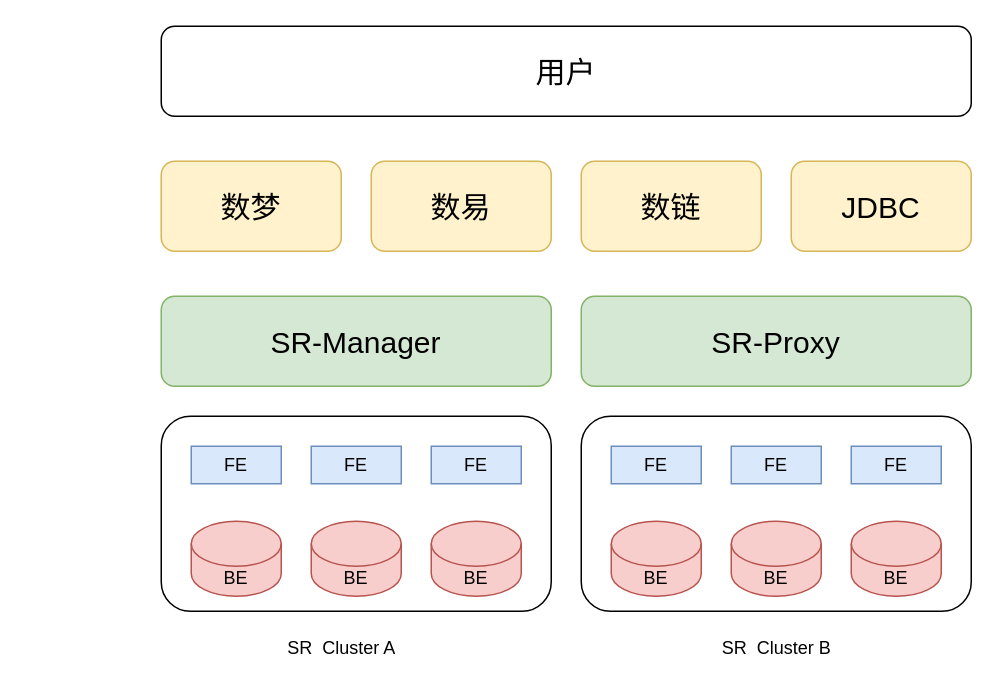
Above: SR eco arch.drawio in labud/pictures (draw.io), before the change. Source tidied: cells renumbered, new cells numbered last; positions are measured from the earlier drawing's top-left corner, leaving out a move shared by most shapes. Both pictures are drawn from the tidied source at 150%, with x=0, y=0 at pixel (160, 26).
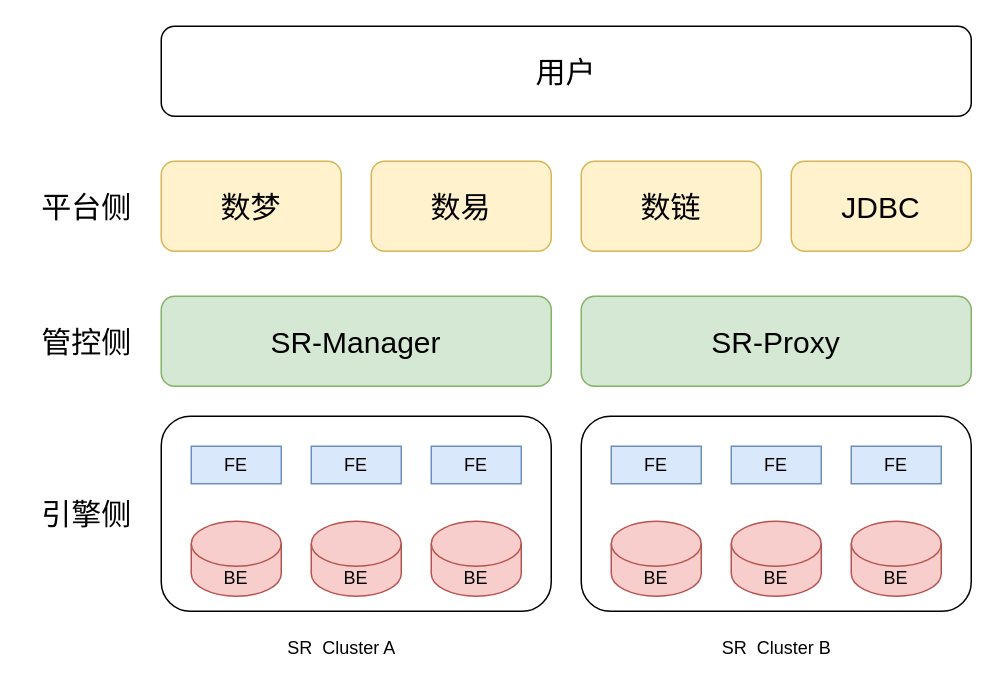
After the change.

The edit, as a diff of the source:
```diff
@@
+    <mxCell id="25" value="&lt;font style=&quot;font-size: 20px;&quot;&gt;平台侧&lt;/font&gt;" style="text;html=1;align=center;verticalAlign=middle;strokeColor=none;fillColor=none;" parent="1" vertex="1">
+      <mxGeometry x="-90" y="100" width="80" height="40" as="geometry" />
+    </mxCell>
+    <mxCell id="26" value="&lt;span style=&quot;font-size: 20px;&quot;&gt;管控侧&lt;/span&gt;" style="text;html=1;align=center;verticalAlign=middle;strokeColor=none;fillColor=none;" parent="1" vertex="1">
+      <mxGeometry x="-90" y="190" width="80" height="40" as="geometry" />
+    </mxCell>
+    <mxCell id="27" value="&lt;font style=&quot;font-size: 20px;&quot;&gt;引擎侧&lt;/font&gt;" style="text;html=1;align=center;verticalAlign=middle;strokeColor=none;fillColor=none;" parent="1" vertex="1">
+      <mxGeometry x="-90" y="305" width="80" height="40" as="geometry" />
+    </mxCell>
```
